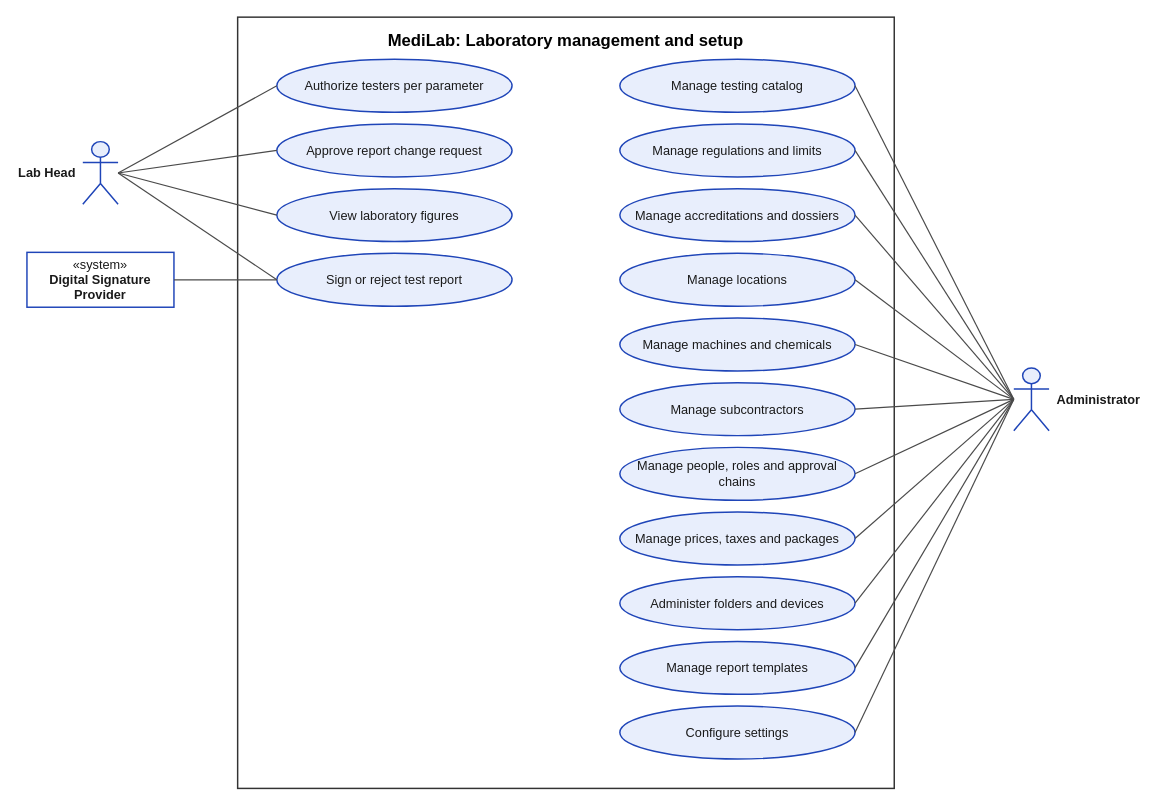
Earlier version of the draw.io diagram page "Management and setup" (3 of 3) of docs/reports/review-2/use-case-diagram.drawio (SoltuneMontepre/medilab). Source tidied: cells renumbered, new cells numbered last; positions are measured from the earlier drawing's top-left corner, leaving out a move shared by most shapes. Both pictures are drawn from the tidied source at 98%, with x=0, y=0 at pixel (26, 17).
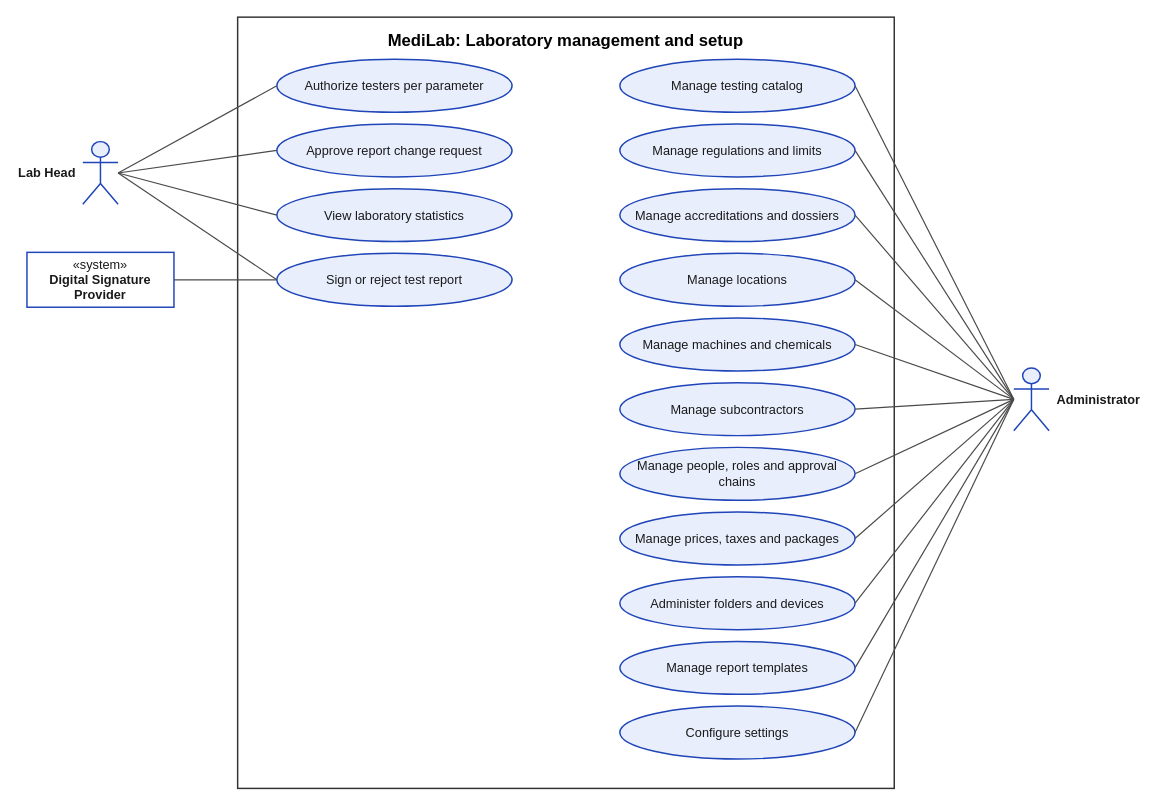
Above is the later version.

Commit message (it also covers changes not shown here):
[docs] Use statistics and the Head of Sales credit rule in the Review 2 diagrams

What changed in the source:
```diff
@@
-    <mxCell id="5" value="View laboratory figures" style="ellipse;whiteSpace=wrap;html=1;fillColor=#E8EEFC;strokeColor=#1F45B8;strokeWidth=1.5;fontFamily=Helvetica;fontSize=13;fontColor=#1A1A1A;" parent="1" vertex="1">
+    <mxCell id="5" value="View laboratory statistics" style="ellipse;whiteSpace=wrap;html=1;fillColor=#E8EEFC;strokeColor=#1F45B8;strokeWidth=1.5;fontFamily=Helvetica;fontSize=13;fontColor=#1A1A1A;" parent="1" vertex="1">
       <mxGeometry x="255" y="175" width="240" height="54" as="geometry" />
     </mxCell>
```
